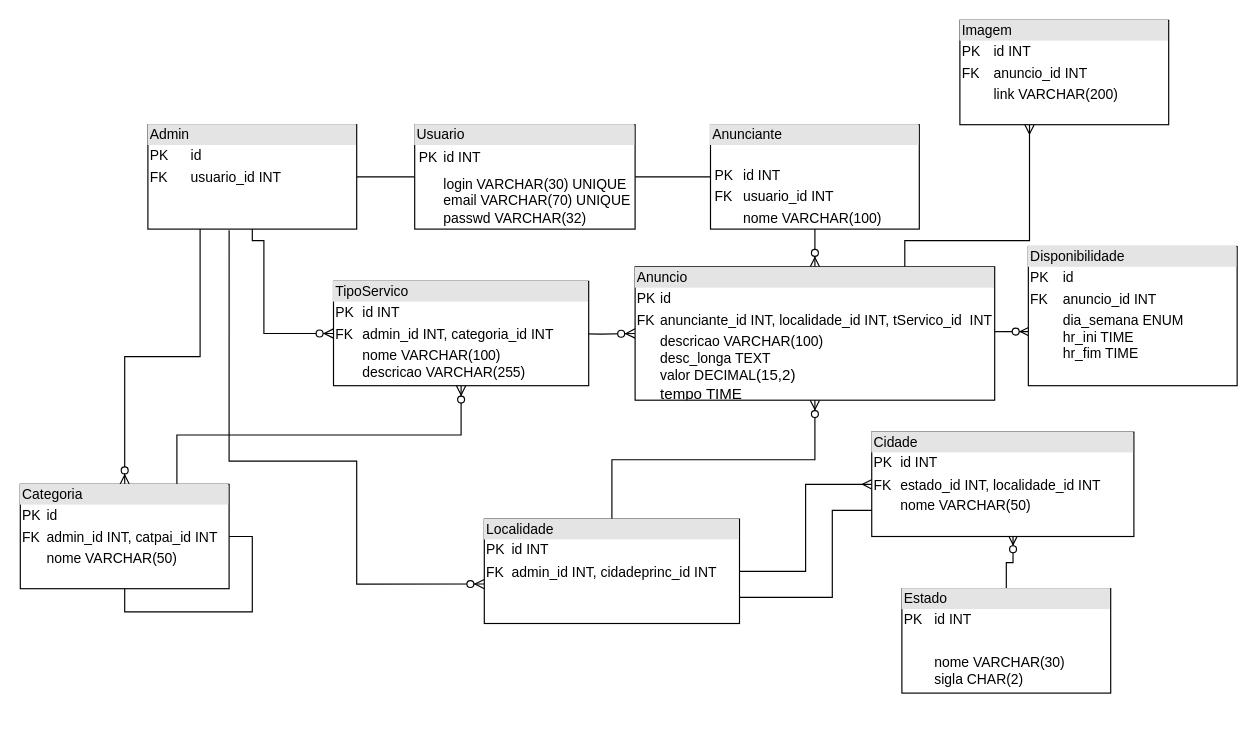
vitorassis/servija keeps this draw.io diagram as db/digrama/servija.drawio. Above is the earlier version. Source tidied: cells renumbered, new cells numbered last; positions are measured from the earlier drawing's top-left corner, leaving out a move shared by most shapes. Both pictures are drawn from the tidied source at 116%, with x=0, y=0 at pixel (20, 20).
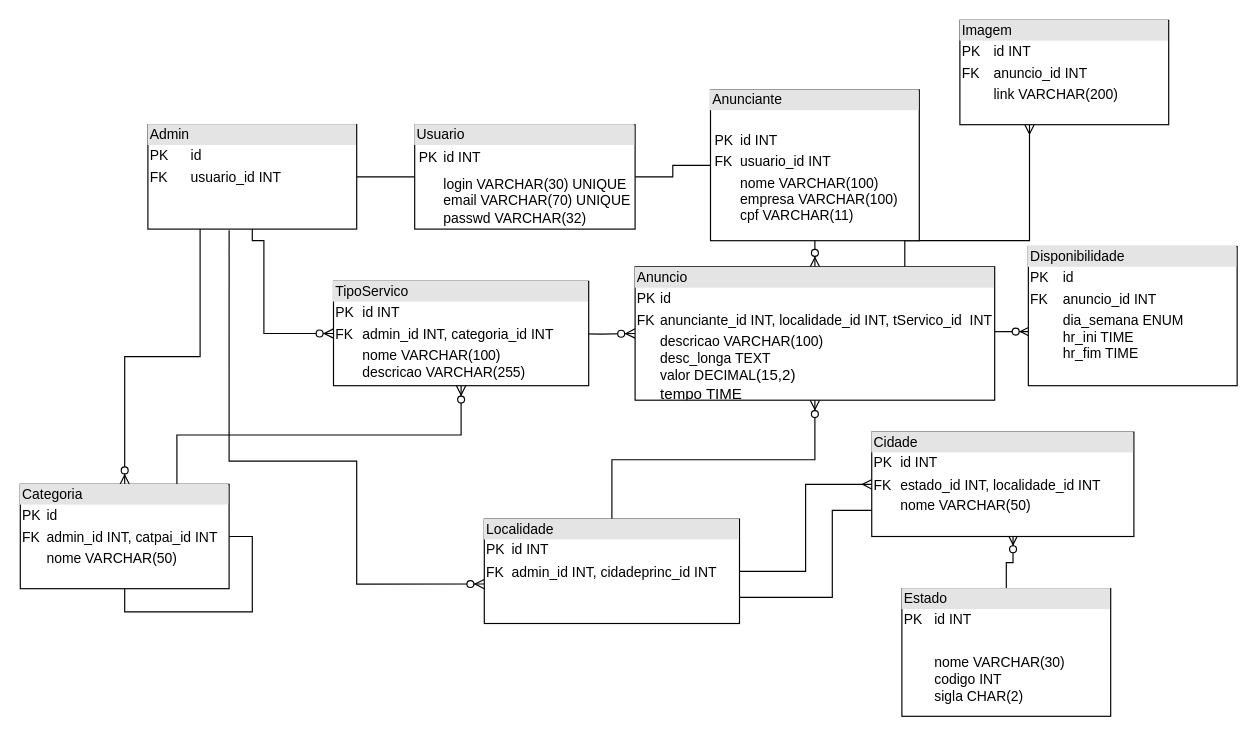
After the change.

Commit message:
Script DB sql

The edit, as a diff of the source:
```diff
@@
-    <mxCell id="17" value="&lt;div style=&quot;box-sizing: border-box ; width: 100% ; background: #e4e4e4 ; padding: 2px&quot;&gt;Estado&lt;/div&gt;&lt;table style=&quot;width: 100% ; font-size: 1em&quot; cellpadding=&quot;2&quot; cellspacing=&quot;0&quot;&gt;&lt;tbody&gt;&lt;tr&gt;&lt;td&gt;PK&lt;/td&gt;&lt;td&gt;id INT&lt;/td&gt;&lt;/tr&gt;&lt;tr&gt;&lt;td&gt;&lt;br&gt;&lt;/td&gt;&lt;td&gt;&lt;br&gt;&lt;/td&gt;&lt;/tr&gt;&lt;tr&gt;&lt;td&gt;&lt;/td&gt;&lt;td&gt;nome VARCHAR(30)&lt;br&gt;sigla CHAR(2)&lt;/td&gt;&lt;/tr&gt;&lt;/tbody&gt;&lt;/table&gt;" style="verticalAlign=top;align=left;overflow=fill;html=1;" parent="1" vertex="1">
-      <mxGeometry x="760" y="490" width="180" height="90" as="geometry" />
+    <mxCell id="17" value="&lt;div style=&quot;box-sizing: border-box ; width: 100% ; background: #e4e4e4 ; padding: 2px&quot;&gt;Estado&lt;/div&gt;&lt;table style=&quot;width: 100% ; font-size: 1em&quot; cellpadding=&quot;2&quot; cellspacing=&quot;0&quot;&gt;&lt;tbody&gt;&lt;tr&gt;&lt;td&gt;PK&lt;/td&gt;&lt;td&gt;id INT&lt;/td&gt;&lt;/tr&gt;&lt;tr&gt;&lt;td&gt;&lt;br&gt;&lt;/td&gt;&lt;td&gt;&lt;br&gt;&lt;/td&gt;&lt;/tr&gt;&lt;tr&gt;&lt;td&gt;&lt;/td&gt;&lt;td&gt;nome VARCHAR(30)&lt;br&gt;codigo INT&lt;br&gt;sigla CHAR(2)&lt;/td&gt;&lt;/tr&gt;&lt;/tbody&gt;&lt;/table&gt;" style="verticalAlign=top;align=left;overflow=fill;html=1;" parent="1" vertex="1">
+      <mxGeometry x="760" y="490" width="180" height="110" as="geometry" />
     </mxCell>
@@
-    <mxCell id="27" value="&lt;div style=&quot;box-sizing: border-box ; width: 100% ; background: #e4e4e4 ; padding: 2px&quot;&gt;Anunciante&lt;/div&gt;&lt;table style=&quot;width: 100% ; font-size: 1em&quot; cellpadding=&quot;2&quot; cellspacing=&quot;0&quot;&gt;&lt;tbody&gt;&lt;tr&gt;&lt;td&gt;&lt;br class=&quot;Apple-interchange-newline&quot;&gt;&lt;table cellpadding=&quot;2&quot; cellspacing=&quot;0&quot; style=&quot;font-size: 1em ; width: 176px&quot;&gt;&lt;tbody&gt;&lt;tr&gt;&lt;td&gt;PK&lt;/td&gt;&lt;td&gt;id INT&lt;/td&gt;&lt;/tr&gt;&lt;tr&gt;&lt;td&gt;FK&lt;/td&gt;&lt;td&gt;usuario_id INT&lt;/td&gt;&lt;/tr&gt;&lt;tr&gt;&lt;td&gt;&lt;/td&gt;&lt;td&gt;nome VARCHAR(100)&lt;/td&gt;&lt;/tr&gt;&lt;/tbody&gt;&lt;/table&gt;&lt;/td&gt;&lt;td&gt;&lt;/td&gt;&lt;/tr&gt;&lt;/tbody&gt;&lt;/table&gt;" style="verticalAlign=top;align=left;overflow=fill;html=1;" parent="1" vertex="1">
-      <mxGeometry x="595" y="90" width="180" height="90" as="geometry" />
+    <mxCell id="27" value="&lt;div style=&quot;box-sizing: border-box ; width: 100% ; background: #e4e4e4 ; padding: 2px&quot;&gt;Anunciante&lt;/div&gt;&lt;table style=&quot;width: 100% ; font-size: 1em&quot; cellpadding=&quot;2&quot; cellspacing=&quot;0&quot;&gt;&lt;tbody&gt;&lt;tr&gt;&lt;td&gt;&lt;br class=&quot;Apple-interchange-newline&quot;&gt;&lt;table cellpadding=&quot;2&quot; cellspacing=&quot;0&quot; style=&quot;font-size: 1em ; width: 176px&quot;&gt;&lt;tbody&gt;&lt;tr&gt;&lt;td&gt;PK&lt;/td&gt;&lt;td&gt;id INT&lt;/td&gt;&lt;/tr&gt;&lt;tr&gt;&lt;td&gt;FK&lt;/td&gt;&lt;td&gt;usuario_id INT&lt;/td&gt;&lt;/tr&gt;&lt;tr&gt;&lt;td&gt;&lt;/td&gt;&lt;td&gt;nome VARCHAR(100)&lt;br&gt;empresa VARCHAR(100)&lt;br&gt;cpf VARCHAR(11)&lt;/td&gt;&lt;/tr&gt;&lt;/tbody&gt;&lt;/table&gt;&lt;/td&gt;&lt;td&gt;&lt;/td&gt;&lt;/tr&gt;&lt;/tbody&gt;&lt;/table&gt;" style="verticalAlign=top;align=left;overflow=fill;html=1;" parent="1" vertex="1">
+      <mxGeometry x="595" y="60" width="180" height="130" as="geometry" />
     </mxCell>
```
